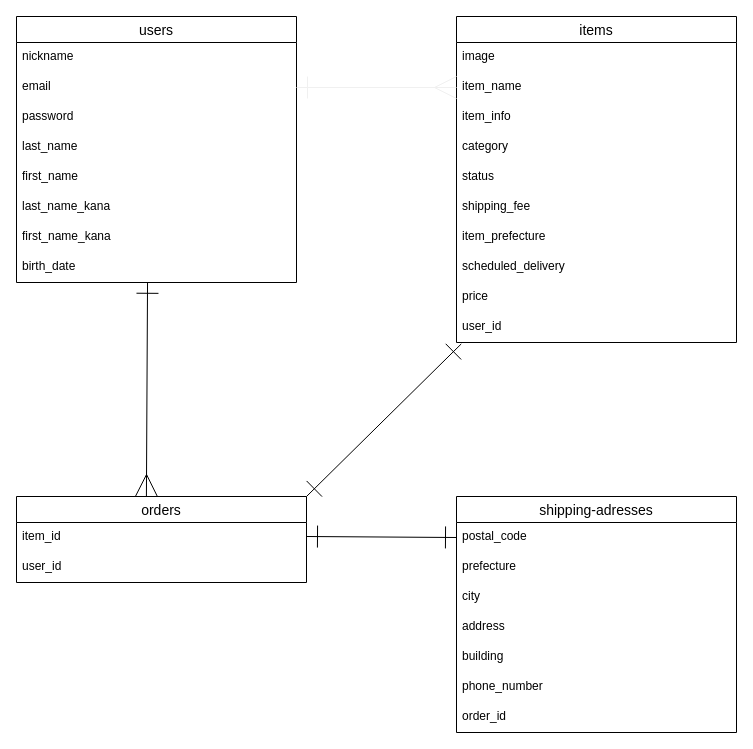
This is er.dio from asmotk/furima-35045, a draw.io file, before an edit. Source tidied: cells renumbered, new cells numbered last; positions are measured from the earlier drawing's top-left corner, leaving out a move shared by most shapes. Both pictures are drawn from the tidied source at 100%, with x=0, y=0 at pixel (16, 16).
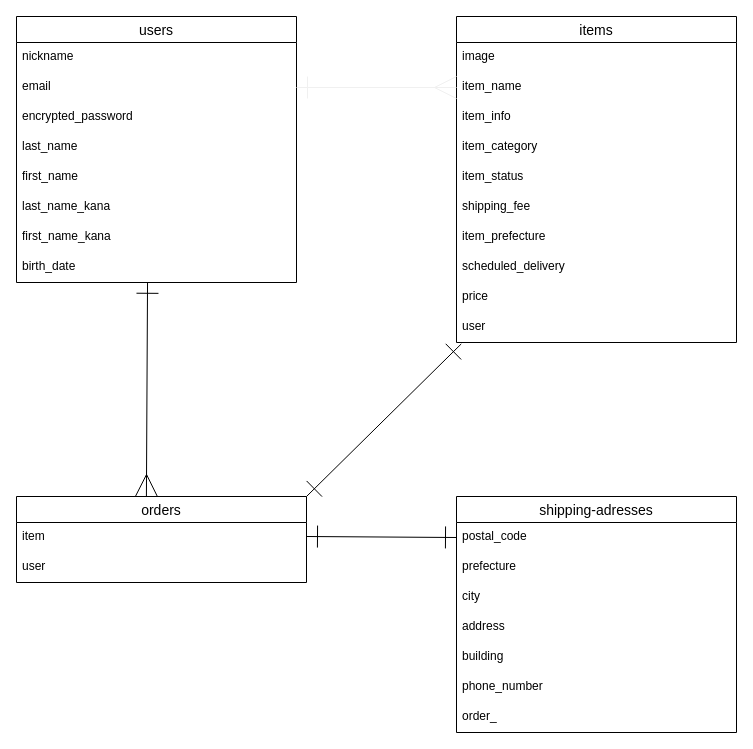
After the change.

Commit message (it also covers changes not shown here):
データベース設計の修正1

Unchanged cells that the change refers to:
```xml
<mxCell id="2" value="users" style="swimlane;fontStyle=0;horizontal=1;startSize=26;align=center;fontSize=14;" parent="1" vertex="1">
  <mxGeometry width="280" height="266" as="geometry" />
</mxCell>
<mxCell id="11" value="items" style="swimlane;fontStyle=0;horizontal=1;startSize=26;align=center;fontSize=14;" parent="1" vertex="1">
  <mxGeometry x="440" width="280" height="326" as="geometry" />
</mxCell>
<mxCell id="22" value="shipping-adresses" style="swimlane;fontStyle=0;horizontal=1;startSize=26;align=center;fontSize=14;" parent="1" vertex="1">
  <mxGeometry x="440" y="480" width="280" height="236" as="geometry" />
</mxCell>
<mxCell id="31" value="orders" style="swimlane;fontStyle=0;horizontal=1;startSize=26;align=center;fontSize=14;" parent="1" vertex="1">
  <mxGeometry y="480" width="290" height="86" as="geometry" />
</mxCell>
```

Diff of the diagram source:
```diff
@@
-    <mxCell id="5" value="password" style="text;strokeColor=none;fillColor=none;spacingLeft=4;spacingRight=4;overflow=hidden;fontSize=12;" parent="2" vertex="1">
+    <mxCell id="5" value="encrypted_password" style="text;strokeColor=none;fillColor=none;spacingLeft=4;spacingRight=4;overflow=hidden;fontSize=12;" parent="2" vertex="1">
       <mxGeometry y="86" width="280" height="30" as="geometry" />
     </mxCell>
@@
-    <mxCell id="15" value="category" style="text;strokeColor=none;fillColor=none;spacingLeft=4;spacingRight=4;overflow=hidden;fontSize=12;" parent="11" vertex="1">
+    <mxCell id="15" value="item_category" style="text;strokeColor=none;fillColor=none;spacingLeft=4;spacingRight=4;overflow=hidden;fontSize=12;" parent="11" vertex="1">
       <mxGeometry y="116" width="280" height="30" as="geometry" />
     </mxCell>
-    <mxCell id="16" value="status" style="text;strokeColor=none;fillColor=none;spacingLeft=4;spacingRight=4;overflow=hidden;fontSize=12;" parent="11" vertex="1">
+    <mxCell id="16" value="item_status" style="text;strokeColor=none;fillColor=none;spacingLeft=4;spacingRight=4;overflow=hidden;fontSize=12;" parent="11" vertex="1">
       <mxGeometry y="146" width="280" height="30" as="geometry" />
     </mxCell>
@@
-    <mxCell id="21" value="user_id" style="text;strokeColor=none;fillColor=none;spacingLeft=4;spacingRight=4;overflow=hidden;points=[[0,0.5],[1,0.5]];portConstraint=eastwest;fontSize=12;" parent="11" vertex="1">
+    <mxCell id="21" value="user" style="text;strokeColor=none;fillColor=none;spacingLeft=4;spacingRight=4;overflow=hidden;points=[[0,0.5],[1,0.5]];portConstraint=eastwest;fontSize=12;" parent="11" vertex="1">
       <mxGeometry y="296" width="280" height="30" as="geometry" />
     </mxCell>
@@
-    <mxCell id="29" value="order_id" style="text;strokeColor=none;fillColor=none;spacingLeft=4;spacingRight=4;overflow=hidden;fontSize=12;" parent="22" vertex="1">
+    <mxCell id="29" value="order_" style="text;strokeColor=none;fillColor=none;spacingLeft=4;spacingRight=4;overflow=hidden;fontSize=12;" parent="22" vertex="1">
       <mxGeometry y="206" width="280" height="30" as="geometry" />
     </mxCell>
@@
-    <mxCell id="32" value="item_id" style="text;strokeColor=none;fillColor=none;spacingLeft=4;spacingRight=4;overflow=hidden;fontSize=12;" parent="31" vertex="1">
+    <mxCell id="32" value="item" style="text;strokeColor=none;fillColor=none;spacingLeft=4;spacingRight=4;overflow=hidden;fontSize=12;" parent="31" vertex="1">
       <mxGeometry y="26" width="290" height="30" as="geometry" />
     </mxCell>
-    <mxCell id="33" value="user_id" style="text;strokeColor=none;fillColor=none;spacingLeft=4;spacingRight=4;overflow=hidden;fontSize=12;" parent="31" vertex="1">
+    <mxCell id="33" value="user" style="text;strokeColor=none;fillColor=none;spacingLeft=4;spacingRight=4;overflow=hidden;fontSize=12;" parent="31" vertex="1">
       <mxGeometry y="56" width="290" height="30" as="geometry" />
     </mxCell>
```
